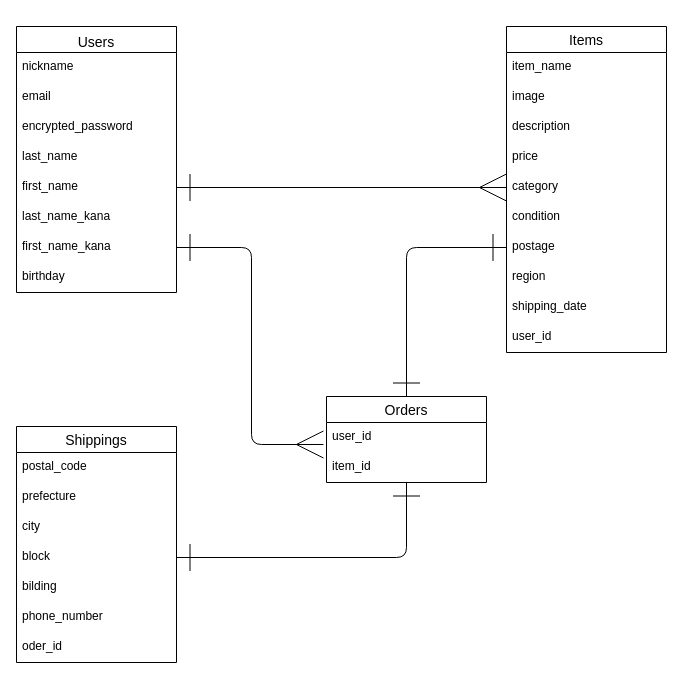
The draw.io diagram app/views/database.dio in ko-shima/furima-39860, before the edit. Source tidied: cells renumbered, new cells numbered last; positions are measured from the earlier drawing's top-left corner, leaving out a move shared by most shapes. Both pictures are drawn from the tidied source at 100%, with x=0, y=0 at pixel (16, 26).
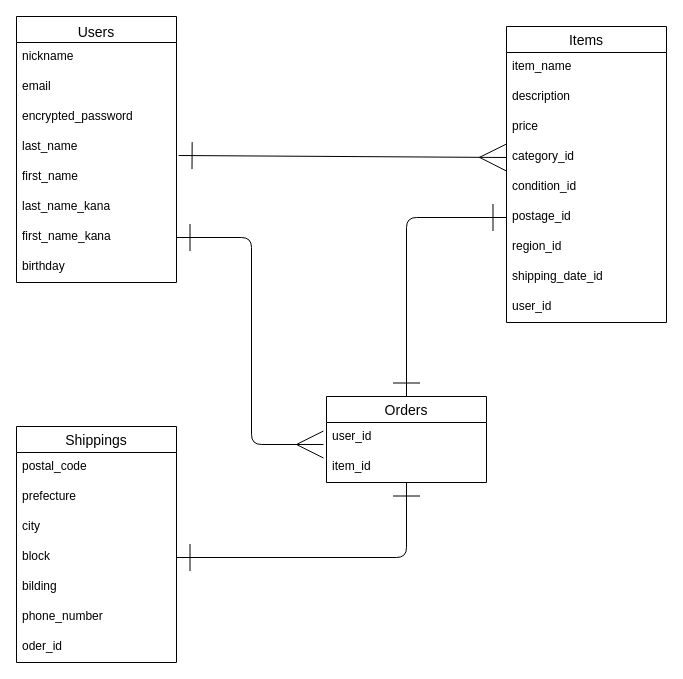
The same page after the edit.

Commit message (it also covers changes not shown here):
データベース設計（修正）

Unchanged cells that the change refers to:
```xml
<mxCell id="6" value="last_name" style="text;strokeColor=none;fillColor=none;spacingLeft=4;spacingRight=4;overflow=hidden;points=[[0,0.5],[1,0.5]];portConstraint=eastwest;fontSize=12;" parent="2" vertex="1">
  <mxGeometry y="116" width="160" height="30" as="geometry" />
</mxCell>
<mxCell id="7" value="first_name" style="text;strokeColor=none;fillColor=none;spacingLeft=4;spacingRight=4;overflow=hidden;points=[[0,0.5],[1,0.5]];portConstraint=eastwest;fontSize=12;" parent="2" vertex="1">
  <mxGeometry y="146" width="160" height="30" as="geometry" />
</mxCell>
```

Change to the diagram source:
```diff
@@
     <mxCell id="2" value="Users" style="swimlane;fontStyle=0;horizontal=1;startSize=26;align=center;fontSize=14;verticalAlign=bottom;" parent="1" vertex="1">
-      <mxGeometry width="160" height="266" as="geometry" />
+      <mxGeometry y="-10" width="160" height="266" as="geometry" />
     </mxCell>
@@
     <mxCell id="11" value="Items" style="swimlane;fontStyle=0;horizontal=1;startSize=26;align=center;fontSize=14;" parent="1" vertex="1">
-      <mxGeometry x="490" width="160" height="326" as="geometry" />
+      <mxGeometry x="490" width="160" height="296" as="geometry" />
     </mxCell>
@@
-    <mxCell id="13" value="image" style="text;strokeColor=none;fillColor=none;spacingLeft=4;spacingRight=4;overflow=hidden;fontSize=12;" parent="11" vertex="1">
-      <mxGeometry y="56" width="160" height="30" as="geometry" />
-    </mxCell>
     <mxCell id="14" value="description" style="text;strokeColor=none;fillColor=none;spacingLeft=4;spacingRight=4;overflow=hidden;fontSize=12;" parent="11" vertex="1">
-      <mxGeometry y="86" width="160" height="30" as="geometry" />
+      <mxGeometry y="56" width="160" height="30" as="geometry" />
     </mxCell>
     <mxCell id="15" value="price" style="text;strokeColor=none;fillColor=none;spacingLeft=4;spacingRight=4;overflow=hidden;fontSize=12;" parent="11" vertex="1">
-      <mxGeometry y="116" width="160" height="30" as="geometry" />
+      <mxGeometry y="86" width="160" height="30" as="geometry" />
     </mxCell>
-    <mxCell id="16" value="category" style="text;strokeColor=none;fillColor=none;spacingLeft=4;spacingRight=4;overflow=hidden;points=[[0,0.5],[1,0.5]];portConstraint=eastwest;fontSize=12;" parent="11" vertex="1">
-      <mxGeometry y="146" width="160" height="30" as="geometry" />
+    <mxCell id="16" value="category_id" style="text;strokeColor=none;fillColor=none;spacingLeft=4;spacingRight=4;overflow=hidden;points=[[0,0.5],[1,0.5]];portConstraint=eastwest;fontSize=12;" parent="11" vertex="1">
+      <mxGeometry y="116" width="160" height="30" as="geometry" />
     </mxCell>
-    <mxCell id="17" value="condition" style="text;strokeColor=none;fillColor=none;spacingLeft=4;spacingRight=4;overflow=hidden;fontSize=12;" parent="11" vertex="1">
-      <mxGeometry y="176" width="160" height="30" as="geometry" />
+    <mxCell id="17" value="condition_id" style="text;strokeColor=none;fillColor=none;spacingLeft=4;spacingRight=4;overflow=hidden;fontSize=12;" parent="11" vertex="1">
+      <mxGeometry y="146" width="160" height="30" as="geometry" />
     </mxCell>
-    <mxCell id="18" value="postage" style="text;strokeColor=none;fillColor=none;spacingLeft=4;spacingRight=4;overflow=hidden;points=[[0,0.5],[1,0.5]];portConstraint=eastwest;fontSize=12;" parent="11" vertex="1">
-      <mxGeometry y="206" width="160" height="30" as="geometry" />
+    <mxCell id="18" value="postage_id" style="text;strokeColor=none;fillColor=none;spacingLeft=4;spacingRight=4;overflow=hidden;points=[[0,0.5],[1,0.5]];portConstraint=eastwest;fontSize=12;" parent="11" vertex="1">
+      <mxGeometry y="176" width="160" height="30" as="geometry" />
     </mxCell>
-    <mxCell id="19" value="region" style="text;strokeColor=none;fillColor=none;spacingLeft=4;spacingRight=4;overflow=hidden;fontSize=12;" parent="11" vertex="1">
-      <mxGeometry y="236" width="160" height="30" as="geometry" />
+    <mxCell id="19" value="region_id" style="text;strokeColor=none;fillColor=none;spacingLeft=4;spacingRight=4;overflow=hidden;fontSize=12;" parent="11" vertex="1">
+      <mxGeometry y="206" width="160" height="30" as="geometry" />
     </mxCell>
-    <mxCell id="20" value="shipping_date" style="text;strokeColor=none;fillColor=none;spacingLeft=4;spacingRight=4;overflow=hidden;fontSize=12;" parent="11" vertex="1">
-      <mxGeometry y="266" width="160" height="30" as="geometry" />
+    <mxCell id="20" value="shipping_date_id" style="text;strokeColor=none;fillColor=none;spacingLeft=4;spacingRight=4;overflow=hidden;fontSize=12;" parent="11" vertex="1">
+      <mxGeometry y="236" width="160" height="30" as="geometry" />
     </mxCell>
     <mxCell id="21" value="user_id" style="text;strokeColor=none;fillColor=none;spacingLeft=4;spacingRight=4;overflow=hidden;fontSize=12;" parent="11" vertex="1">
-      <mxGeometry y="296" width="160" height="30" as="geometry" />
+      <mxGeometry y="266" width="160" height="30" as="geometry" />
     </mxCell>
@@
-    <mxCell id="33" style="edgeStyle=none;html=1;exitX=1;exitY=0.5;exitDx=0;exitDy=0;entryX=0;entryY=0.5;entryDx=0;entryDy=0;endArrow=ERmany;endFill=0;startArrow=ERone;startFill=0;endSize=25;startSize=25;" parent="1" edge="1" source="7" target="16">
+    <mxCell id="33" style="edgeStyle=none;html=1;entryX=0;entryY=0.5;entryDx=0;entryDy=0;endArrow=ERmany;endFill=0;startArrow=ERone;startFill=0;endSize=25;startSize=25;exitX=1.013;exitY=0.767;exitDx=0;exitDy=0;exitPerimeter=0;" parent="1" edge="1" source="6" target="16">
       <mxGeometry relative="1" as="geometry" />
     </mxCell>
```
